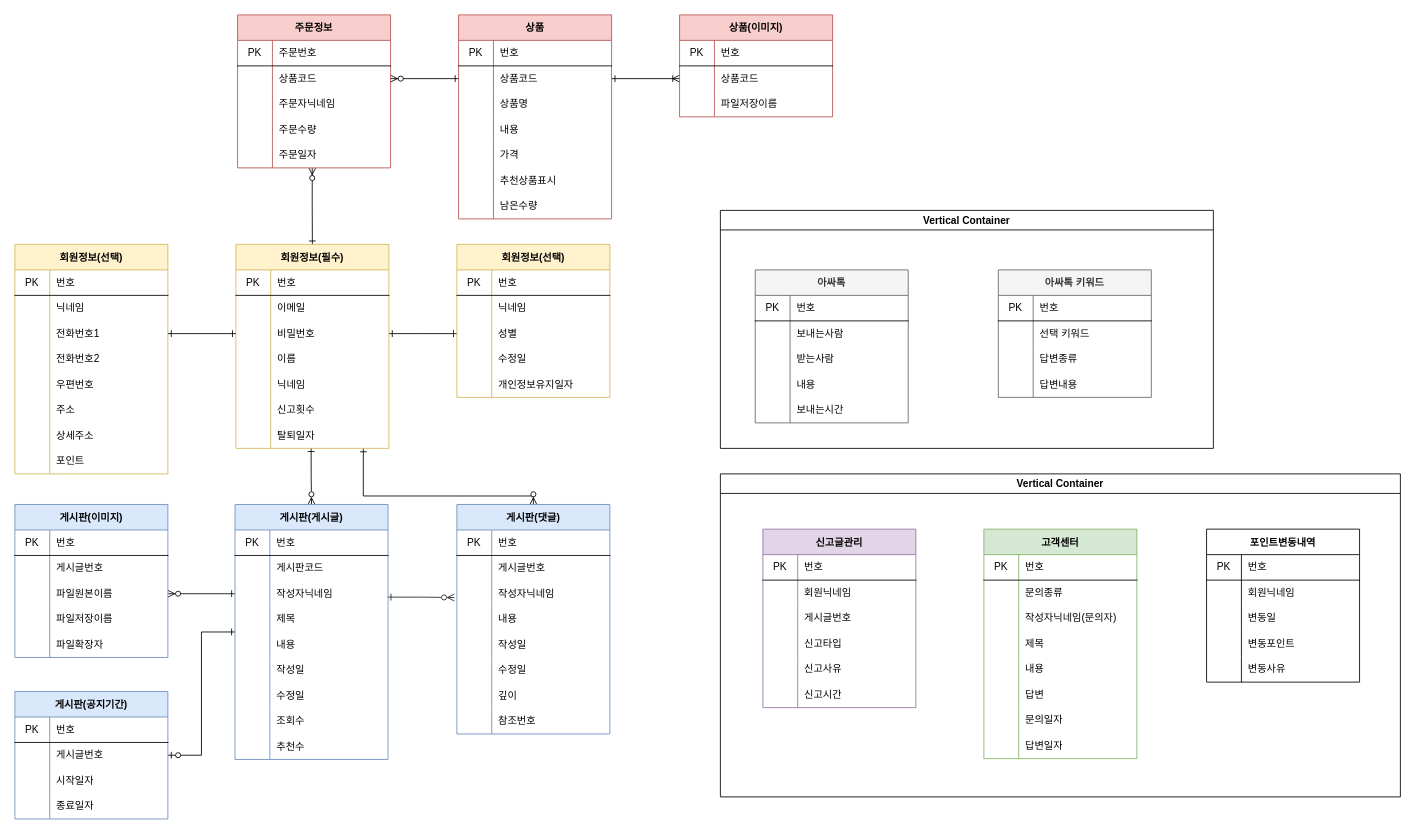
The draw.io diagram page "논리설계" (2 of 3) of 테이블설계/4. ERD.drawio in stoveon/TEAM_PROJECT, before the edit. Source tidied: cells renumbered, new cells numbered last; positions are measured from the earlier drawing's top-left corner, leaving out a move shared by most shapes. Both pictures are drawn from the tidied source at 85%, with x=0, y=0 at pixel (14, 14).
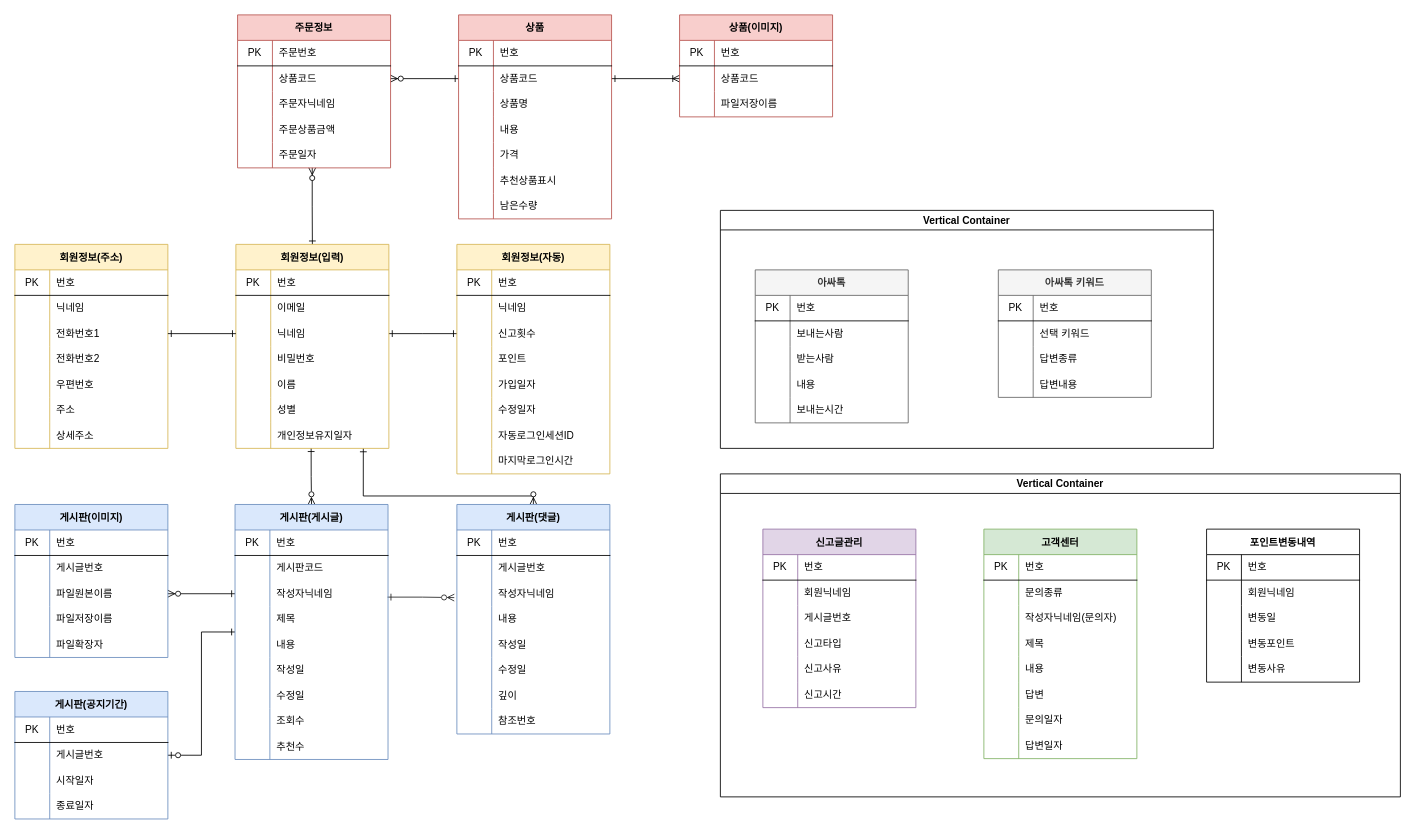
Above is the later version.

The change refers to these unchanged cells:
```xml
<mxCell id="17" style="shape=partialRectangle;html=1;whiteSpace=wrap;fillColor=none;top=0;left=0;bottom=0;right=0;points=[[0,0.5],[1,0.5]];portConstraint=eastwest;" parent="10" vertex="1">
  <mxGeometry y="90" width="180" height="30" as="geometry" />
</mxCell>
<mxCell id="20" style="shape=partialRectangle;html=1;whiteSpace=wrap;fillColor=none;top=0;left=0;bottom=0;right=0;" parent="10" vertex="1">
  <mxGeometry y="120" width="180" height="30" as="geometry" />
</mxCell>
<mxCell id="23" style="shape=partialRectangle;html=1;whiteSpace=wrap;fillColor=none;top=0;left=0;bottom=0;right=0;" parent="10" vertex="1">
  <mxGeometry y="150" width="180" height="30" as="geometry" />
</mxCell>
<mxCell id="26" style="shape=partialRectangle;html=1;whiteSpace=wrap;fillColor=none;top=0;left=0;bottom=0;right=0;" parent="10" vertex="1">
  <mxGeometry y="180" width="180" height="30" as="geometry" />
</mxCell>
<mxCell id="29" style="shape=partialRectangle;html=1;whiteSpace=wrap;fillColor=none;top=0;left=0;bottom=0;right=0;points=[[0,0.5],[1,0.5]];portConstraint=eastwest;" parent="10" vertex="1">
  <mxGeometry y="210" width="180" height="30" as="geometry" />
</mxCell>
<mxCell id="39" style="shape=partialRectangle;html=1;whiteSpace=wrap;fillColor=none;top=0;left=0;bottom=0;right=0;" parent="32" vertex="1">
  <mxGeometry y="90" width="180" height="30" as="geometry" />
</mxCell>
<mxCell id="42" style="shape=partialRectangle;html=1;whiteSpace=wrap;fillColor=none;top=0;left=0;bottom=0;right=0;" parent="32" vertex="1">
  <mxGeometry y="120" width="180" height="30" as="geometry" />
</mxCell>
<mxCell id="45" style="shape=partialRectangle;html=1;whiteSpace=wrap;fillColor=none;top=0;left=0;bottom=0;right=0;" parent="32" vertex="1">
  <mxGeometry y="150" width="180" height="30" as="geometry" />
</mxCell>
<mxCell id="141" style="shape=partialRectangle;html=1;whiteSpace=wrap;fillColor=none;top=0;left=0;bottom=0;right=0;" parent="131" vertex="1">
  <mxGeometry y="120" width="180" height="30" as="geometry" />
</mxCell>
```

The edit, as a diff of the source:
```diff
@@
-    <mxCell id="10" value="회원정보(필수)" style="shape=table;startSize=30;childLayout=tableLayout;rowLines=0;fontStyle=1;align=center;fontSize=12;fillColor=#fff2cc;strokeColor=#d6b656;" parent="1" vertex="1">
+    <mxCell id="10" value="회원정보(입력)" style="shape=table;startSize=30;childLayout=tableLayout;rowLines=0;fontStyle=1;align=center;fontSize=12;fillColor=#fff2cc;strokeColor=#d6b656;" parent="1" vertex="1">
       <mxGeometry x="260" y="270" width="180" height="240" as="geometry" />
     </mxCell>
@@
-    <mxCell id="19" value="비밀번호" style="shape=partialRectangle;html=1;whiteSpace=wrap;fillColor=none;top=0;left=0;bottom=0;right=0;align=left;spacingLeft=6;overflow=hidden;" parent="17" vertex="1">
+    <mxCell id="19" value="닉네임" style="shape=partialRectangle;html=1;whiteSpace=wrap;fillColor=none;top=0;left=0;bottom=0;right=0;align=left;spacingLeft=6;overflow=hidden;" parent="17" vertex="1">
       <mxGeometry x="41" width="139" height="30" as="geometry" />
     </mxCell>
@@
-    <mxCell id="22" value="이름" style="shape=partialRectangle;html=1;whiteSpace=wrap;fillColor=none;top=0;left=0;bottom=0;right=0;align=left;spacingLeft=6;overflow=hidden;" parent="20" vertex="1">
+    <mxCell id="22" value="비밀번호" style="shape=partialRectangle;html=1;whiteSpace=wrap;fillColor=none;top=0;left=0;bottom=0;right=0;align=left;spacingLeft=6;overflow=hidden;" parent="20" vertex="1">
       <mxGeometry x="41" width="139" height="30" as="geometry" />
     </mxCell>
@@
-    <mxCell id="25" value="닉네임" style="shape=partialRectangle;html=1;whiteSpace=wrap;fillColor=none;top=0;left=0;bottom=0;right=0;align=left;spacingLeft=6;overflow=hidden;" parent="23" vertex="1">
+    <mxCell id="25" value="이름" style="shape=partialRectangle;html=1;whiteSpace=wrap;fillColor=none;top=0;left=0;bottom=0;right=0;align=left;spacingLeft=6;overflow=hidden;" parent="23" vertex="1">
       <mxGeometry x="41" width="139" height="30" as="geometry" />
     </mxCell>
@@
-    <mxCell id="28" value="신고횟수" style="shape=partialRectangle;html=1;whiteSpace=wrap;fillColor=none;top=0;left=0;bottom=0;right=0;align=left;spacingLeft=6;overflow=hidden;" parent="26" vertex="1">
+    <mxCell id="28" value="성별" style="shape=partialRectangle;html=1;whiteSpace=wrap;fillColor=none;top=0;left=0;bottom=0;right=0;align=left;spacingLeft=6;overflow=hidden;" parent="26" vertex="1">
       <mxGeometry x="41" width="139" height="30" as="geometry" />
     </mxCell>
@@
-    <mxCell id="31" value="탈퇴일자" style="shape=partialRectangle;html=1;whiteSpace=wrap;fillColor=none;top=0;left=0;bottom=0;right=0;align=left;spacingLeft=6;overflow=hidden;" parent="29" vertex="1">
+    <mxCell id="31" value="개인정보유지일자" style="shape=partialRectangle;html=1;whiteSpace=wrap;fillColor=none;top=0;left=0;bottom=0;right=0;align=left;spacingLeft=6;overflow=hidden;" parent="29" vertex="1">
       <mxGeometry x="41" width="139" height="30" as="geometry" />
     </mxCell>
-    <mxCell id="32" value="회원정보(선택)" style="shape=table;startSize=30;childLayout=tableLayout;rowLines=0;fontStyle=1;align=center;fontSize=12;fillColor=#fff2cc;strokeColor=#d6b656;" parent="1" vertex="1">
-      <mxGeometry x="520" y="270" width="180" height="180" as="geometry" />
+    <mxCell id="32" value="회원정보(자동)" style="shape=table;startSize=30;childLayout=tableLayout;rowLines=0;fontStyle=1;align=center;fontSize=12;fillColor=#fff2cc;strokeColor=#d6b656;" parent="1" vertex="1">
+      <mxGeometry x="520" y="270" width="180" height="270" as="geometry" />
     </mxCell>
@@
-    <mxCell id="41" value="성별" style="shape=partialRectangle;html=1;whiteSpace=wrap;fillColor=none;top=0;left=0;bottom=0;right=0;align=left;spacingLeft=6;overflow=hidden;" parent="39" vertex="1">
+    <mxCell id="41" value="신고횟수" style="shape=partialRectangle;html=1;whiteSpace=wrap;fillColor=none;top=0;left=0;bottom=0;right=0;align=left;spacingLeft=6;overflow=hidden;" parent="39" vertex="1">
       <mxGeometry x="41" width="139" height="30" as="geometry" />
     </mxCell>
@@
-    <mxCell id="44" value="수정일" style="shape=partialRectangle;html=1;whiteSpace=wrap;fillColor=none;top=0;left=0;bottom=0;right=0;align=left;spacingLeft=6;overflow=hidden;" parent="42" vertex="1">
+    <mxCell id="44" value="포인트" style="shape=partialRectangle;html=1;whiteSpace=wrap;fillColor=none;top=0;left=0;bottom=0;right=0;align=left;spacingLeft=6;overflow=hidden;" parent="42" vertex="1">
       <mxGeometry x="41" width="139" height="30" as="geometry" />
     </mxCell>
@@
-    <mxCell id="47" value="개인정보유지일자" style="shape=partialRectangle;html=1;whiteSpace=wrap;fillColor=none;top=0;left=0;bottom=0;right=0;align=left;spacingLeft=6;overflow=hidden;" parent="45" vertex="1">
+    <mxCell id="47" value="가입일자" style="shape=partialRectangle;html=1;whiteSpace=wrap;fillColor=none;top=0;left=0;bottom=0;right=0;align=left;spacingLeft=6;overflow=hidden;" parent="45" vertex="1">
       <mxGeometry x="41" width="139" height="30" as="geometry" />
     </mxCell>
+    <mxCell id="296" style="shape=partialRectangle;html=1;whiteSpace=wrap;fillColor=none;top=0;left=0;bottom=0;right=0;" parent="32" vertex="1">
+      <mxGeometry y="180" width="180" height="30" as="geometry" />
+    </mxCell>
+    <mxCell id="297" style="shape=partialRectangle;html=1;whiteSpace=wrap;fillColor=none;top=0;left=0;bottom=0;right=0;overflow=hidden;" parent="296" vertex="1">
+      <mxGeometry width="41" height="30" as="geometry" />
+    </mxCell>
+    <mxCell id="298" value="수정일자" style="shape=partialRectangle;html=1;whiteSpace=wrap;fillColor=none;top=0;left=0;bottom=0;right=0;align=left;spacingLeft=6;overflow=hidden;" parent="296" vertex="1">
+      <mxGeometry x="41" width="139" height="30" as="geometry" />
+    </mxCell>
+    <mxCell id="299" style="shape=partialRectangle;html=1;whiteSpace=wrap;fillColor=none;top=0;left=0;bottom=0;right=0;" parent="32" vertex="1">
+      <mxGeometry y="210" width="180" height="30" as="geometry" />
+    </mxCell>
+    <mxCell id="300" style="shape=partialRectangle;html=1;whiteSpace=wrap;fillColor=none;top=0;left=0;bottom=0;right=0;overflow=hidden;" parent="299" vertex="1">
+      <mxGeometry width="41" height="30" as="geometry" />
+    </mxCell>
+    <mxCell id="301" value="자동로그인세션ID" style="shape=partialRectangle;html=1;whiteSpace=wrap;fillColor=none;top=0;left=0;bottom=0;right=0;align=left;spacingLeft=6;overflow=hidden;" parent="299" vertex="1">
+      <mxGeometry x="41" width="139" height="30" as="geometry" />
+    </mxCell>
+    <mxCell id="201" style="shape=partialRectangle;html=1;whiteSpace=wrap;fillColor=none;top=0;left=0;bottom=0;right=0;" parent="32" vertex="1">
+      <mxGeometry y="240" width="180" height="30" as="geometry" />
+    </mxCell>
+    <mxCell id="302" style="shape=partialRectangle;html=1;whiteSpace=wrap;fillColor=none;top=0;left=0;bottom=0;right=0;overflow=hidden;" parent="201" vertex="1">
+      <mxGeometry width="41" height="30" as="geometry" />
+    </mxCell>
+    <mxCell id="303" value="마지막로그인시간" style="shape=partialRectangle;html=1;whiteSpace=wrap;fillColor=none;top=0;left=0;bottom=0;right=0;align=left;spacingLeft=6;overflow=hidden;" parent="201" vertex="1">
+      <mxGeometry x="41" width="139" height="30" as="geometry" />
+    </mxCell>
@@
-    <mxCell id="143" value="주문수량" style="shape=partialRectangle;html=1;whiteSpace=wrap;fillColor=none;top=0;left=0;bottom=0;right=0;align=left;spacingLeft=6;overflow=hidden;" parent="141" vertex="1">
+    <mxCell id="143" value="주문상품금액" style="shape=partialRectangle;html=1;whiteSpace=wrap;fillColor=none;top=0;left=0;bottom=0;right=0;align=left;spacingLeft=6;overflow=hidden;" parent="141" vertex="1">
       <mxGeometry x="41" width="139" height="30" as="geometry" />
     </mxCell>
@@
-    <mxCell id="179" value="회원정보(선택)" style="shape=table;startSize=30;childLayout=tableLayout;rowLines=0;fontStyle=1;align=center;fontSize=12;fillColor=#fff2cc;strokeColor=#d6b656;" parent="1" vertex="1">
-      <mxGeometry y="270" width="180" height="270" as="geometry" />
+    <mxCell id="179" value="회원정보(주소)" style="shape=table;startSize=30;childLayout=tableLayout;rowLines=0;fontStyle=1;align=center;fontSize=12;fillColor=#fff2cc;strokeColor=#d6b656;" parent="1" vertex="1">
+      <mxGeometry y="270" width="180" height="240" as="geometry" />
     </mxCell>
@@
-    <mxCell id="201" style="shape=partialRectangle;html=1;whiteSpace=wrap;fillColor=none;top=0;left=0;bottom=0;right=0;" parent="179" vertex="1">
-      <mxGeometry y="240" width="180" height="30" as="geometry" />
-    </mxCell>
-    <mxCell id="202" style="shape=partialRectangle;html=1;whiteSpace=wrap;fillColor=none;top=0;left=0;bottom=0;right=0;overflow=hidden;" parent="201" vertex="1">
-      <mxGeometry width="41" height="30" as="geometry" />
-    </mxCell>
-    <mxCell id="203" value="포인트" style="shape=partialRectangle;html=1;whiteSpace=wrap;fillColor=none;top=0;left=0;bottom=0;right=0;align=left;spacingLeft=6;overflow=hidden;" parent="201" vertex="1">
-      <mxGeometry x="41" width="139" height="30" as="geometry" />
-    </mxCell>
```
